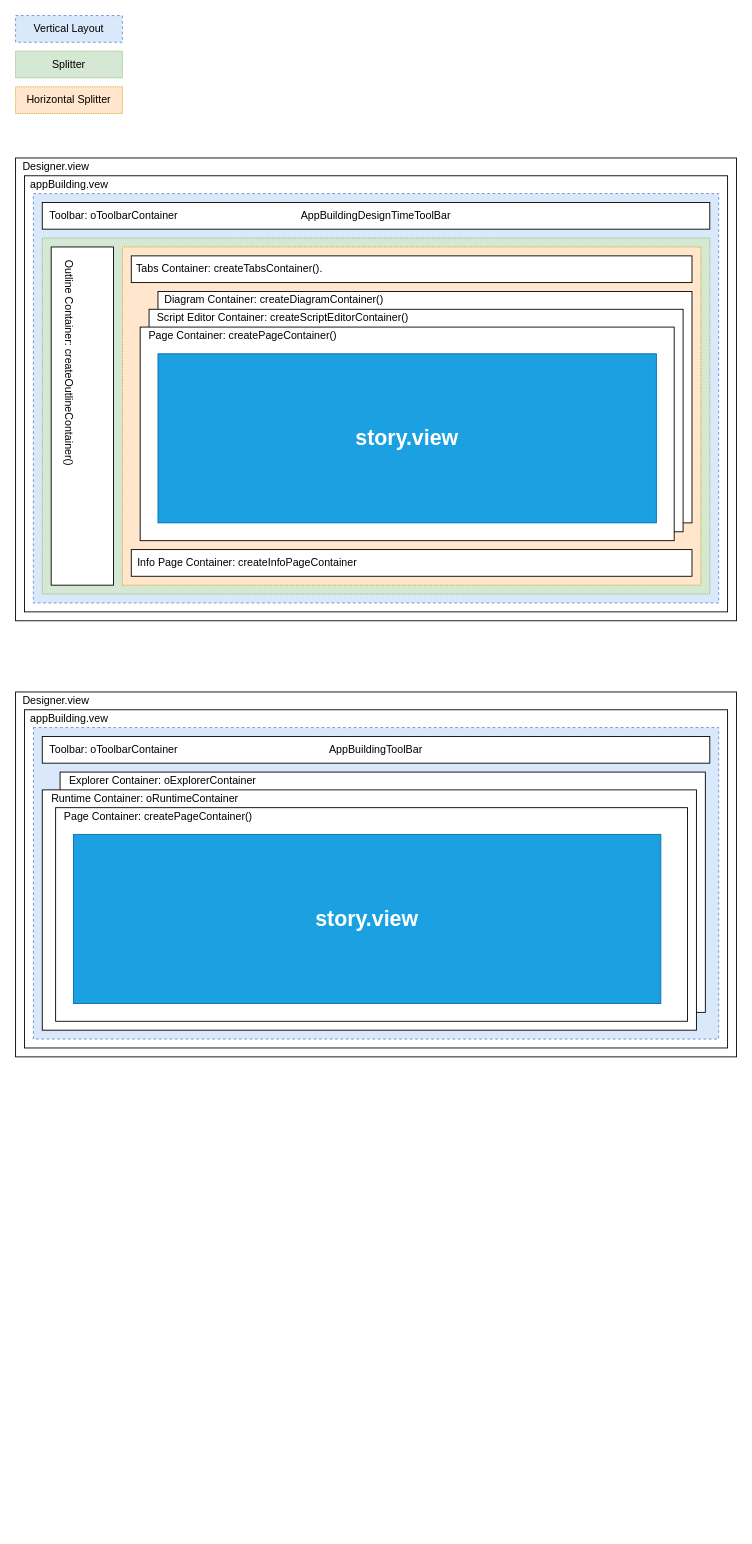
Above: Application.drawio in windsonic/files (draw.io), before the change. Source tidied: cells renumbered, new cells numbered last; positions are measured from the earlier drawing's top-left corner, leaving out a move shared by most shapes. Both pictures are drawn from the tidied source at 89%, with x=0, y=0 at pixel (-43, 15).
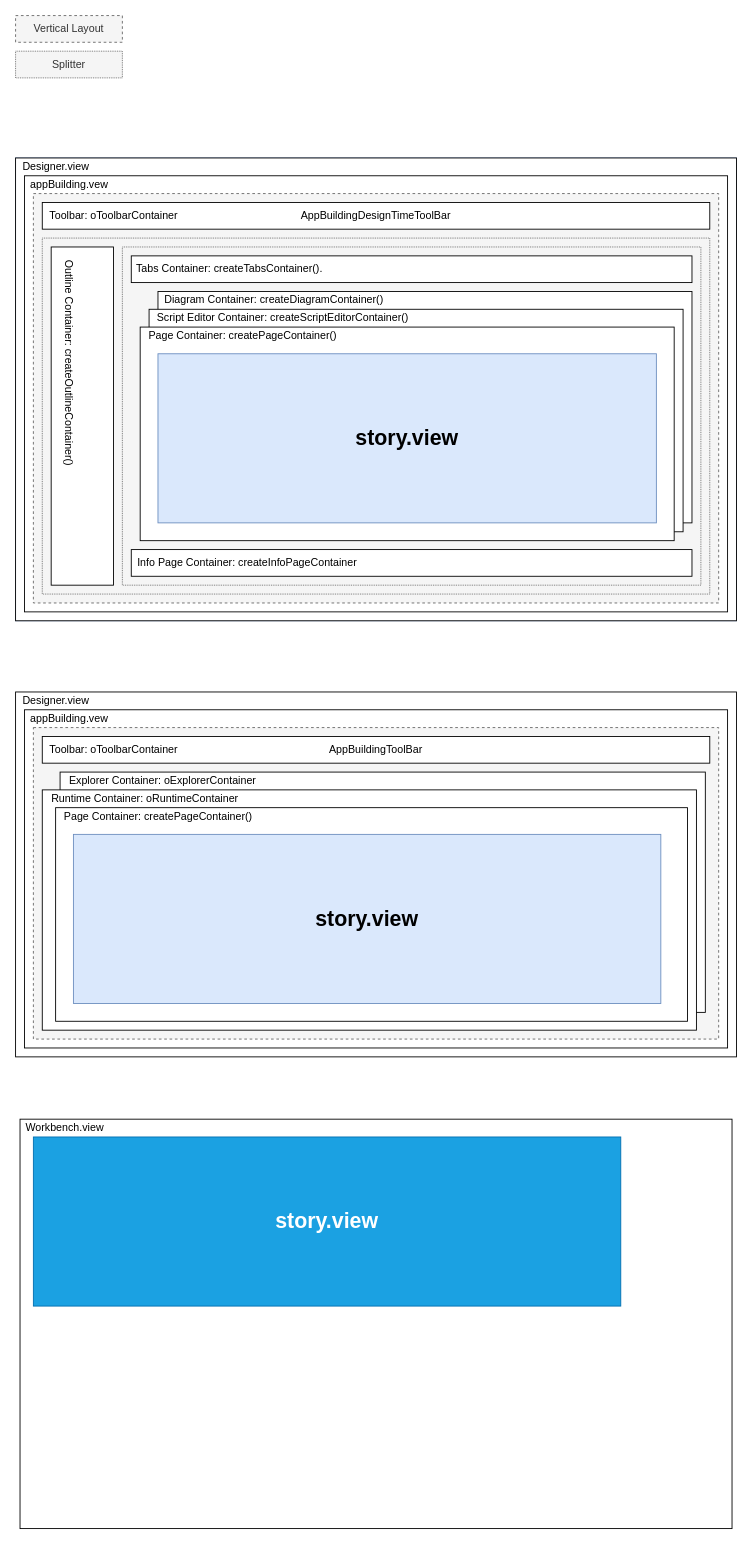
The same page after the edit.

The edit, as a diff of the source:
```diff
@@
-    <mxCell id="2" value="Vertical Layout" style="rounded=0;whiteSpace=wrap;html=1;dashed=1;fillColor=#dae8fc;strokeColor=#6c8ebf;" parent="1" vertex="1">
+    <mxCell id="2" value="Vertical Layout" style="rounded=0;whiteSpace=wrap;html=1;dashed=1;fillColor=#f5f5f5;strokeColor=#666666;fontColor=#333333;" parent="1" vertex="1">
       <mxGeometry x="65" width="120" height="30" as="geometry" />
     </mxCell>
-    <mxCell id="3" value="Splitter" style="rounded=0;whiteSpace=wrap;html=1;dashed=1;fillColor=#d5e8d4;strokeColor=#82b366;dashPattern=1 1;" parent="1" vertex="1">
+    <mxCell id="3" value="Splitter" style="rounded=0;whiteSpace=wrap;html=1;dashed=1;fillColor=#f5f5f5;strokeColor=#666666;dashPattern=1 1;fontColor=#333333;" parent="1" vertex="1">
       <mxGeometry x="65" y="40" width="120" height="30" as="geometry" />
     </mxCell>
-    <mxCell id="4" value="Horizontal Splitter" style="rounded=0;whiteSpace=wrap;html=1;dashed=1;dashPattern=1 1;fillColor=#ffe6cc;strokeColor=#d79b00;" parent="1" vertex="1">
-      <mxGeometry x="65" y="80" width="120" height="30" as="geometry" />
-    </mxCell>
@@
-    <mxCell id="9" style="rounded=0;whiteSpace=wrap;html=1;dashed=1;fillColor=#dae8fc;strokeColor=#6c8ebf;" parent="1" vertex="1">
+    <mxCell id="9" style="rounded=0;whiteSpace=wrap;html=1;dashed=1;fillColor=#f5f5f5;strokeColor=#666666;fontColor=#333333;" parent="1" vertex="1">
       <mxGeometry x="85" y="800" width="770" height="350" as="geometry" />
     </mxCell>
@@
-    <mxCell id="16" style="group;" parent="1" vertex="1">
+    <mxCell id="16" style="group;fillColor=#dae8fc;strokeColor=#6c8ebf;" parent="1" vertex="1">
       <mxGeometry x="65" y="160" width="810" height="520" as="geometry" />
     </mxCell>
@@
-    <mxCell id="21" style="rounded=0;whiteSpace=wrap;html=1;dashed=1;fillColor=#dae8fc;strokeColor=#6c8ebf;" parent="16" vertex="1">
+    <mxCell id="21" style="rounded=0;whiteSpace=wrap;html=1;dashed=1;fillColor=#f5f5f5;strokeColor=#666666;fontColor=#333333;" parent="16" vertex="1">
       <mxGeometry x="20" y="40" width="770" height="460" as="geometry" />
     </mxCell>
@@
-    <mxCell id="24" style="rounded=0;whiteSpace=wrap;html=1;dashed=1;dashPattern=1 1;fillColor=#d5e8d4;strokeColor=#82b366;" parent="16" vertex="1">
+    <mxCell id="24" style="rounded=0;whiteSpace=wrap;html=1;dashed=1;dashPattern=1 1;fillColor=#f5f5f5;strokeColor=#666666;fontColor=#333333;" parent="16" vertex="1">
       <mxGeometry x="30" y="90" width="750" height="400" as="geometry" />
     </mxCell>
@@
-    <mxCell id="27" style="rounded=0;whiteSpace=wrap;html=1;dashed=1;dashPattern=1 1;fillColor=#ffe6cc;strokeColor=#d79b00;" parent="16" vertex="1">
+    <mxCell id="27" style="rounded=0;whiteSpace=wrap;html=1;dashed=1;dashPattern=1 1;fillColor=#f5f5f5;strokeColor=#666666;fontColor=#333333;" parent="16" vertex="1">
       <mxGeometry x="120" y="100" width="650" height="380" as="geometry" />
     </mxCell>
@@
-    <mxCell id="38" value="&lt;h1&gt;story.view&lt;/h1&gt;" style="rounded=0;whiteSpace=wrap;html=1;fillColor=#1ba1e2;fontColor=#ffffff;strokeColor=#006EAF;" parent="16" vertex="1">
+    <mxCell id="38" value="&lt;h1&gt;story.view&lt;/h1&gt;" style="rounded=0;whiteSpace=wrap;html=1;fillColor=#dae8fc;strokeColor=#6c8ebf;" parent="16" vertex="1">
       <mxGeometry x="160" y="220" width="560" height="190" as="geometry" />
     </mxCell>
@@
-    <mxCell id="41" value="&lt;h1&gt;story.view&lt;/h1&gt;" style="rounded=0;whiteSpace=wrap;html=1;fillColor=#1ba1e2;fontColor=#ffffff;strokeColor=#006EAF;" parent="1" vertex="1">
+    <mxCell id="41" value="&lt;h1&gt;story.view&lt;/h1&gt;" style="rounded=0;whiteSpace=wrap;html=1;fillColor=#dae8fc;strokeColor=#6c8ebf;" parent="1" vertex="1">
       <mxGeometry x="130" y="920" width="660" height="190" as="geometry" />
     </mxCell>
+    <mxCell id="42" style="rounded=0;whiteSpace=wrap;html=1;" parent="1" vertex="1">
+      <mxGeometry x="70" y="1240" width="800" height="460" as="geometry" />
+    </mxCell>
+    <mxCell id="43" value="Workbench.view" style="text;html=1;align=center;verticalAlign=middle;fillColor=none;strokeColor=none;rounded=0;" parent="1" vertex="1">
+      <mxGeometry x="70" y="1240" width="100" height="20" as="geometry" />
+    </mxCell>
+    <mxCell id="44" value="&lt;h1&gt;story.view&lt;/h1&gt;" style="rounded=0;whiteSpace=wrap;html=1;fillColor=#1ba1e2;fontColor=#ffffff;strokeColor=#006EAF;" parent="1" vertex="1">
+      <mxGeometry x="85" y="1260" width="660" height="190" as="geometry" />
+    </mxCell>
```
